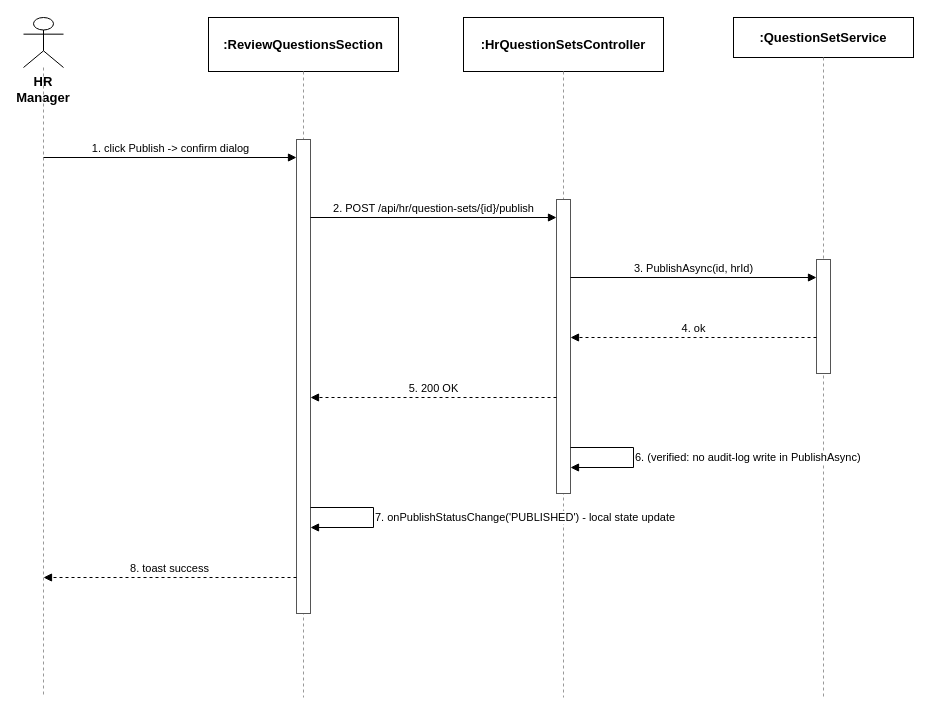
tulklk/AI_Interview_Question_Generation_RAG_LLM_FE keeps this draw.io diagram as page "HRManager_AuditLogging" (4 of 7) of docs/qa/sequence-diagrams.drawio. Above is the earlier version. Source tidied: cells renumbered, new cells numbered last; positions are measured from the earlier drawing's top-left corner, leaving out a move shared by most shapes. Both pictures are drawn from the tidied source at 100%, with x=0, y=0 at pixel (23, 17).
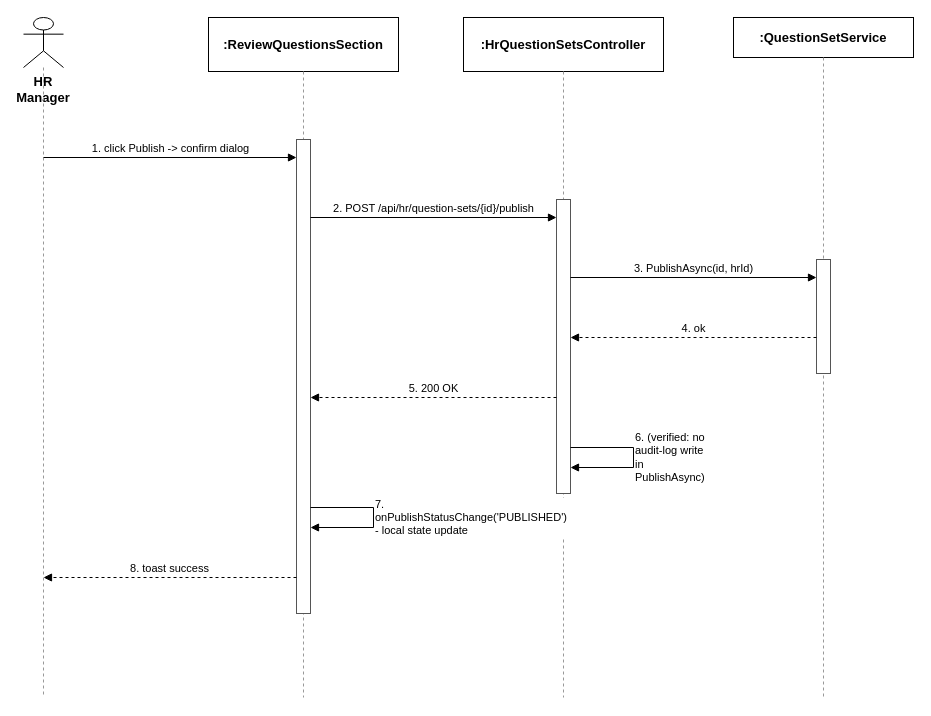
The same diagram, later.

The edit, as a diff of the source:
```diff
@@
-    <mxCell id="18" value="6. (verified: no audit-log write in PublishAsync)" style="endArrow=block;endFill=1;html=1;fontSize=11;align=left;verticalAlign=middle;labelBackgroundColor=#ffffff;rounded=0;strokeColor=#000000;" parent="1" edge="1">
+    <mxCell id="18" value="6. (verified: no audit-log write in PublishAsync)" style="endArrow=block;endFill=1;html=1;whiteSpace=wrap;fontSize=11;align=left;verticalAlign=middle;labelBackgroundColor=#ffffff;rounded=0;strokeColor=#000000;" parent="1" edge="1">
       <mxGeometry relative="1" as="geometry">
         <mxPoint x="547" y="430" as="sourcePoint" />
         <mxPoint x="547" y="450" as="targetPoint" />
         <Array as="points">
           <mxPoint x="610" y="430" />
           <mxPoint x="610" y="450" />
         </Array>
       </mxGeometry>
     </mxCell>
-    <mxCell id="19" value="7. onPublishStatusChange('PUBLISHED') - local state update" style="endArrow=block;endFill=1;html=1;fontSize=11;align=left;verticalAlign=middle;labelBackgroundColor=#ffffff;rounded=0;strokeColor=#000000;" parent="1" edge="1">
+    <mxCell id="19" value="7. onPublishStatusChange('PUBLISHED') - local state update" style="endArrow=block;endFill=1;html=1;whiteSpace=wrap;fontSize=11;align=left;verticalAlign=middle;labelBackgroundColor=#ffffff;rounded=0;strokeColor=#000000;" parent="1" edge="1">
       <mxGeometry relative="1" as="geometry">
         <mxPoint x="287" y="490" as="sourcePoint" />
         <mxPoint x="287" y="510" as="targetPoint" />
         <Array as="points">
           <mxPoint x="350" y="490" />
           <mxPoint x="350" y="510" />
         </Array>
       </mxGeometry>
     </mxCell>
```
